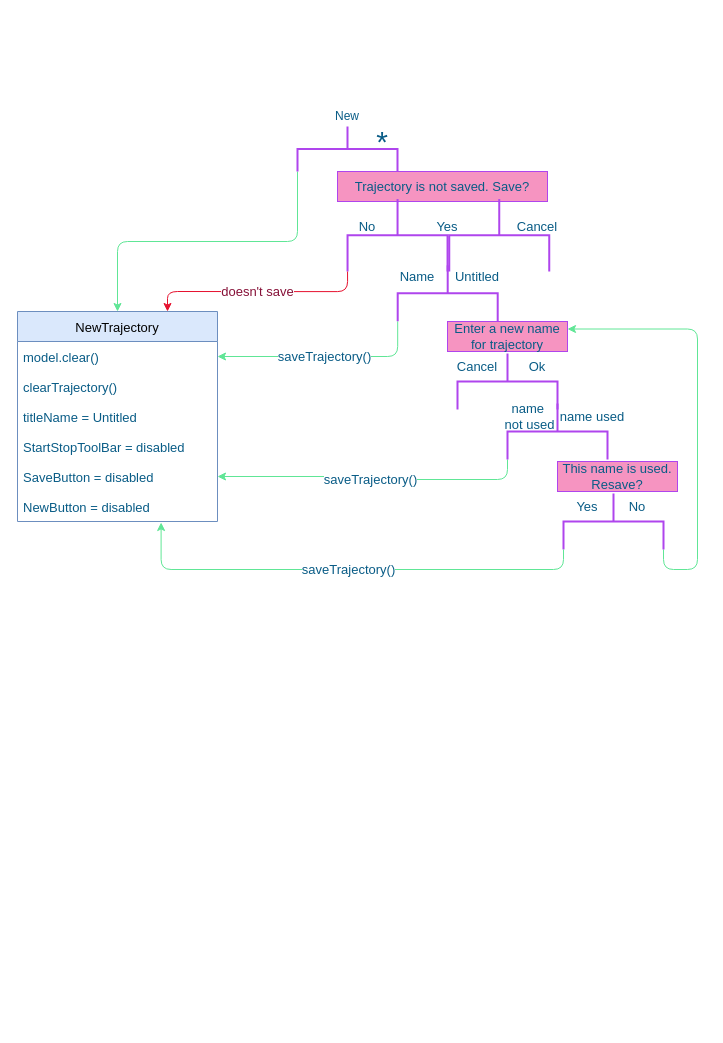
Before: NewSaveOpen.drawio in ponBulat/dia, a draw.io diagram. Source tidied: cells renumbered, new cells numbered last; positions are measured from the earlier drawing's top-left corner, leaving out a move shared by most shapes. Both pictures are drawn from the tidied source at 100%, with x=0, y=0 at pixel (17, 99).
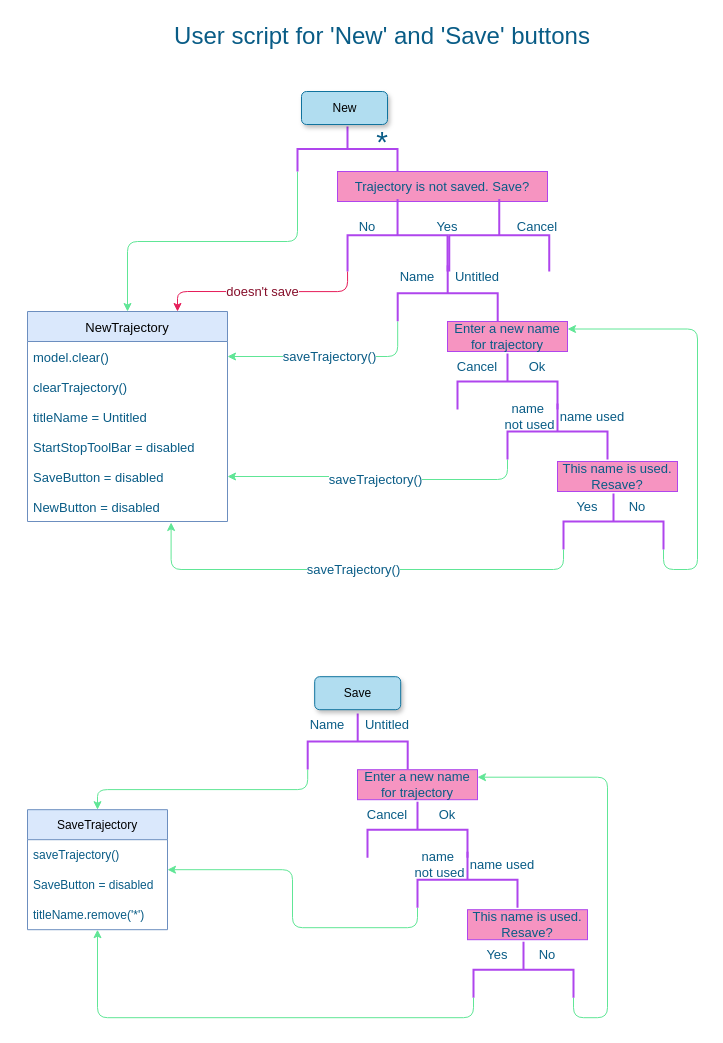
The same diagram, later.

The change refers to these unchanged cells:
```xml
<mxCell id="7" style="strokeWidth=2;html=1;shape=mxgraph.flowchart.annotation_2;align=left;labelPosition=right;rotation=90;fillColor=#F694C1;strokeColor=#AF45ED;fontColor=#095C86;" parent="1" vertex="1">
  <mxGeometry x="343.8" y="85.8" width="72.5" height="100" as="geometry" />
</mxCell>
```

The edit, as a diff of the source:
```diff
@@
-    <mxCell id="2" value="New" style="text;html=1;strokeColor=none;fillColor=none;align=center;verticalAlign=middle;whiteSpace=wrap;rounded=0;fontColor=#095C86;" parent="1" vertex="1">
-      <mxGeometry x="300" y="2" width="60" height="30" as="geometry" />
-    </mxCell>
@@
     <mxCell id="22" value="NewTrajectory" style="swimlane;fontStyle=0;horizontal=1;startSize=30;rounded=0;sketch=0;fontSize=13;strokeColor=#6c8ebf;fillColor=#dae8fc;arcSize=15;swimlaneLine=1;glass=0;shadow=0;" parent="1" vertex="1">
-      <mxGeometry y="212" width="200" height="210" as="geometry" />
+      <mxGeometry x="10" y="212" width="200" height="210" as="geometry" />
     </mxCell>
@@
-    <mxCell id="34" value="doesn't save" style="edgeStyle=orthogonalEdgeStyle;curved=0;rounded=1;sketch=0;jettySize=auto;html=1;fontSize=13;fontColor=#861138;strokeColor=#E6122F;fillColor=#F694C1;exitX=1;exitY=1;exitDx=0;exitDy=0;exitPerimeter=0;entryX=0.75;entryY=0;entryDx=0;entryDy=0;" parent="1" edge="1" source="7" target="22">
+    <mxCell id="34" value="doesn't save" style="edgeStyle=orthogonalEdgeStyle;curved=0;rounded=1;sketch=0;jettySize=auto;html=1;fontSize=13;fontColor=#860F2B;strokeColor=#E61E5A;fillColor=#F694C1;exitX=1;exitY=1;exitDx=0;exitDy=0;exitPerimeter=0;entryX=0.75;entryY=0;entryDx=0;entryDy=0;" parent="1" edge="1" source="7" target="22">
       <mxGeometry relative="1" as="geometry" />
     </mxCell>
@@
+    <mxCell id="2" value="New" style="rounded=1;fillColor=#b1ddf0;strokeColor=#10739e;html=1;align=center;verticalAlign=middle;fontStyle=0;fontSize=12;sketch=0;shadow=1;" parent="1" vertex="1">
+      <mxGeometry x="284" y="-8" width="86" height="33" as="geometry" />
+    </mxCell>
+    <mxCell id="38" value="User script for 'New' and 'Save' buttons" style="text;html=1;strokeColor=none;fillColor=none;align=center;verticalAlign=middle;whiteSpace=wrap;rounded=0;shadow=1;fontSize=24;fontColor=#095C86;" parent="1" vertex="1">
+      <mxGeometry x="70" y="-78" width="590" height="30" as="geometry" />
+    </mxCell>
+    <mxCell id="39" style="edgeStyle=orthogonalEdgeStyle;curved=0;rounded=1;sketch=0;jettySize=auto;html=1;fontSize=13;fontColor=#095C86;strokeColor=#60E696;fillColor=#F694C1;exitX=1;exitY=1;exitDx=0;exitDy=0;exitPerimeter=0;" parent="1" edge="1" source="40" target="58">
+      <mxGeometry relative="1" as="geometry" />
+    </mxCell>
+    <mxCell id="40" style="strokeWidth=2;html=1;shape=mxgraph.flowchart.annotation_2;align=left;labelPosition=right;rotation=90;fillColor=#F694C1;strokeColor=#AF45ED;fontColor=#095C86;" parent="1" vertex="1">
+      <mxGeometry x="312.2" y="592" width="56" height="100" as="geometry" />
+    </mxCell>
+    <mxCell id="41" value="Untitled" style="text;html=1;strokeColor=none;fillColor=none;align=center;verticalAlign=middle;whiteSpace=wrap;rounded=0;sketch=0;fontSize=13;fontColor=#095C86;" parent="1" vertex="1">
+      <mxGeometry x="340" y="610.2" width="60" height="30" as="geometry" />
+    </mxCell>
+    <mxCell id="42" value="Name" style="text;html=1;strokeColor=none;fillColor=none;align=center;verticalAlign=middle;whiteSpace=wrap;rounded=0;sketch=0;fontSize=13;fontColor=#095C86;" parent="1" vertex="1">
+      <mxGeometry x="280" y="610.2" width="60" height="30" as="geometry" />
+    </mxCell>
+    <mxCell id="43" value="Enter a new name for trajectory" style="rounded=0;whiteSpace=wrap;html=1;sketch=0;fontSize=13;fontColor=#095C86;strokeColor=#AF45ED;fillColor=#F694C1;" parent="1" vertex="1">
+      <mxGeometry x="340" y="670.2" width="120" height="30" as="geometry" />
+    </mxCell>
+    <mxCell id="44" style="strokeWidth=2;html=1;shape=mxgraph.flowchart.annotation_2;align=left;labelPosition=right;rotation=90;fillColor=#F694C1;strokeColor=#AF45ED;fontColor=#095C86;" parent="1" vertex="1">
+      <mxGeometry x="372" y="680.2" width="56" height="100" as="geometry" />
+    </mxCell>
+    <mxCell id="45" value="Ok" style="text;html=1;strokeColor=none;fillColor=none;align=center;verticalAlign=middle;whiteSpace=wrap;rounded=0;sketch=0;fontSize=13;fontColor=#095C86;" parent="1" vertex="1">
+      <mxGeometry x="400" y="700.2" width="60" height="30" as="geometry" />
+    </mxCell>
+    <mxCell id="46" value="Cancel" style="text;html=1;strokeColor=none;fillColor=none;align=center;verticalAlign=middle;whiteSpace=wrap;rounded=0;sketch=0;fontSize=13;fontColor=#095C86;" parent="1" vertex="1">
+      <mxGeometry x="340" y="700.2" width="60" height="30" as="geometry" />
+    </mxCell>
+    <mxCell id="47" style="edgeStyle=orthogonalEdgeStyle;curved=0;rounded=1;sketch=0;jettySize=auto;html=1;fontSize=13;fontColor=#095C86;strokeColor=#60E696;fillColor=#F694C1;exitX=1;exitY=1;exitDx=0;exitDy=0;exitPerimeter=0;" parent="1" edge="1" source="48" target="58">
+      <mxGeometry relative="1" as="geometry" />
+    </mxCell>
+    <mxCell id="48" style="strokeWidth=2;html=1;shape=mxgraph.flowchart.annotation_2;align=left;labelPosition=right;rotation=90;fillColor=#F694C1;strokeColor=#AF45ED;fontColor=#095C86;" parent="1" vertex="1">
+      <mxGeometry x="422" y="730.2" width="56" height="100" as="geometry" />
+    </mxCell>
+    <mxCell id="49" value="This name is used. Resave?" style="rounded=0;whiteSpace=wrap;html=1;sketch=0;fontSize=13;fontColor=#095C86;strokeColor=#AF45ED;fillColor=#F694C1;" parent="1" vertex="1">
+      <mxGeometry x="450" y="810.2" width="120" height="30" as="geometry" />
+    </mxCell>
+    <mxCell id="50" value="Yes" style="text;html=1;strokeColor=none;fillColor=none;align=center;verticalAlign=middle;whiteSpace=wrap;rounded=0;sketch=0;fontSize=13;fontColor=#095C86;" parent="1" vertex="1">
+      <mxGeometry x="450" y="840.2" width="60" height="30" as="geometry" />
+    </mxCell>
+    <mxCell id="51" value="No" style="text;html=1;strokeColor=none;fillColor=none;align=center;verticalAlign=middle;whiteSpace=wrap;rounded=0;sketch=0;fontSize=13;fontColor=#095C86;" parent="1" vertex="1">
+      <mxGeometry x="500" y="840.2" width="60" height="30" as="geometry" />
+    </mxCell>
+    <mxCell id="52" value="name used" style="text;html=1;strokeColor=none;fillColor=none;align=center;verticalAlign=middle;whiteSpace=wrap;rounded=0;sketch=0;fontSize=13;fontColor=#095C86;" parent="1" vertex="1">
+      <mxGeometry x="450" y="750.2" width="70" height="30" as="geometry" />
+    </mxCell>
+    <mxCell id="53" value="name&amp;nbsp; not used" style="text;html=1;strokeColor=none;fillColor=none;align=center;verticalAlign=middle;whiteSpace=wrap;rounded=0;sketch=0;fontSize=13;fontColor=#095C86;" parent="1" vertex="1">
+      <mxGeometry x="395" y="750.2" width="55" height="30" as="geometry" />
+    </mxCell>
+    <mxCell id="54" style="edgeStyle=orthogonalEdgeStyle;curved=0;rounded=1;sketch=0;jettySize=auto;html=1;entryX=1;entryY=0.25;entryDx=0;entryDy=0;fontSize=13;fontColor=#095C86;strokeColor=#60E696;fillColor=#F694C1;exitX=1;exitY=0;exitDx=0;exitDy=0;exitPerimeter=0;" parent="1" edge="1" source="55" target="43">
+      <mxGeometry relative="1" as="geometry">
+        <Array as="points">
+          <mxPoint x="556" y="918.2" />
+          <mxPoint x="590" y="918.2" />
+          <mxPoint x="590" y="678.2" />
+        </Array>
+      </mxGeometry>
+    </mxCell>
+    <mxCell id="55" style="strokeWidth=2;html=1;shape=mxgraph.flowchart.annotation_2;align=left;labelPosition=right;rotation=90;fillColor=#F694C1;strokeColor=#AF45ED;fontColor=#095C86;" parent="1" vertex="1">
+      <mxGeometry x="478" y="820.2" width="56" height="100" as="geometry" />
+    </mxCell>
+    <mxCell id="56" style="edgeStyle=orthogonalEdgeStyle;curved=0;rounded=1;sketch=0;jettySize=auto;html=1;fontSize=13;fontColor=#095C86;strokeColor=#60E696;fillColor=#F694C1;exitX=1;exitY=1;exitDx=0;exitDy=0;exitPerimeter=0;" parent="1" edge="1" source="55" target="58">
+      <mxGeometry relative="1" as="geometry" />
+    </mxCell>
+    <mxCell id="57" value="Save" style="rounded=1;fillColor=#b1ddf0;strokeColor=#10739e;html=1;align=center;verticalAlign=middle;fontStyle=0;fontSize=12;sketch=0;shadow=1;" parent="1" vertex="1">
+      <mxGeometry x="297.2" y="577.2" width="86" height="33" as="geometry" />
+    </mxCell>
+    <mxCell id="58" value="SaveTrajectory" style="swimlane;fontStyle=0;horizontal=1;startSize=30;rounded=0;sketch=0;strokeColor=#6c8ebf;fillColor=#dae8fc;" parent="1" vertex="1">
+      <mxGeometry x="10" y="710.2" width="140" height="120" as="geometry" />
+    </mxCell>
+    <mxCell id="59" value="saveTrajectory()" style="text;strokeColor=none;fillColor=none;align=left;verticalAlign=middle;spacingLeft=4;spacingRight=4;overflow=hidden;rounded=0;sketch=0;fontColor=#095C86;" parent="58" vertex="1">
+      <mxGeometry y="30" width="140" height="30" as="geometry" />
+    </mxCell>
+    <mxCell id="60" value="SaveButton = disabled" style="text;strokeColor=none;fillColor=none;align=left;verticalAlign=middle;spacingLeft=4;spacingRight=4;overflow=hidden;rounded=0;sketch=0;fontColor=#095C86;" parent="58" vertex="1">
+      <mxGeometry y="60" width="140" height="30" as="geometry" />
+    </mxCell>
+    <mxCell id="61" value="titleName.remove('*')" style="text;strokeColor=none;fillColor=none;align=left;verticalAlign=middle;spacingLeft=4;spacingRight=4;overflow=hidden;rounded=0;sketch=0;fontColor=#095C86;" parent="58" vertex="1">
+      <mxGeometry y="90" width="140" height="30" as="geometry" />
+    </mxCell>
```
